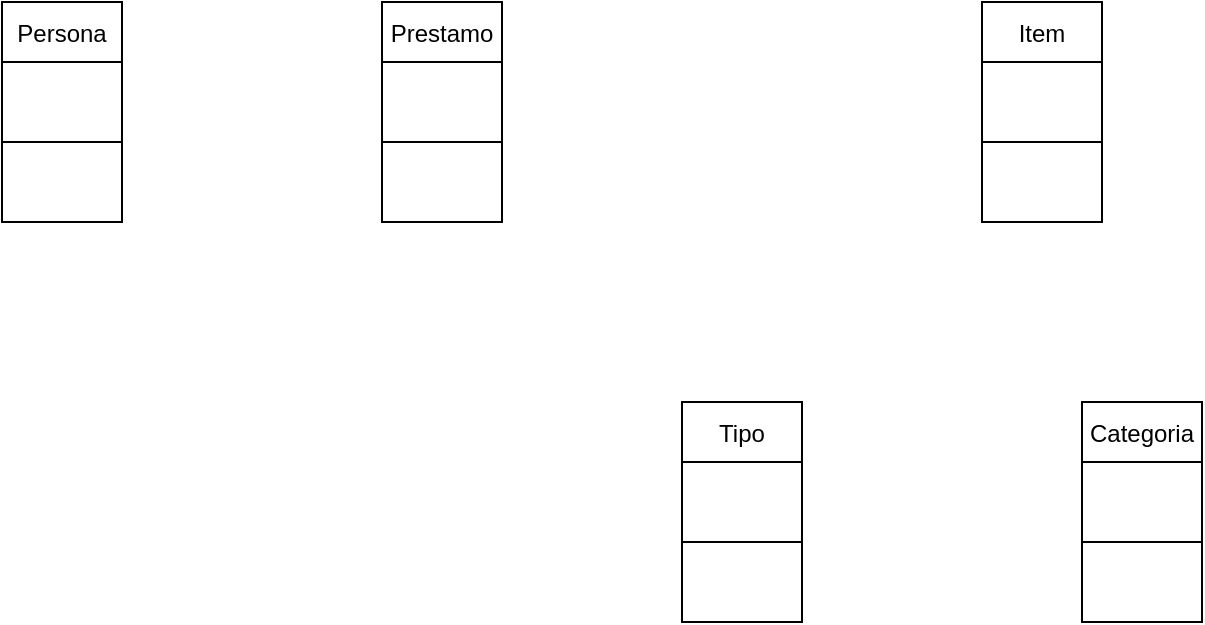
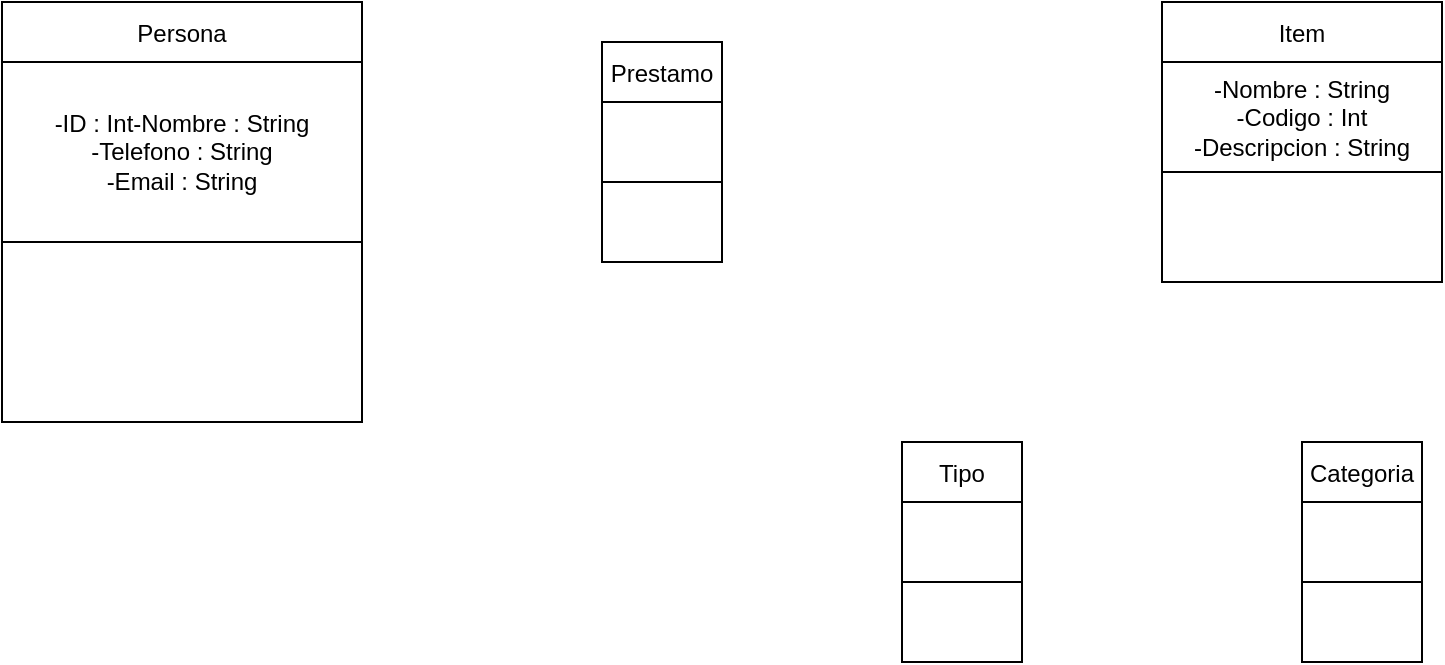
<mxfile host="app.diagrams.net">
  <diagram name="Página-1" id="gEKF-afSuJBGgSwqPxjD">
    <mxGraphModel dx="1224" dy="542" grid="1" gridSize="10" guides="1" tooltips="1" connect="1" arrows="1" fold="1" page="1" pageScale="1" pageWidth="827" pageHeight="1169" math="0" shadow="0">
      <root>
        <mxCell id="0" />
        <mxCell id="1" parent="0" />
        <mxCell id="4vyR8nRWui6VSePEdvpd-1" parent="1" style="shape=table;startSize=30;container=1;collapsible=0;childLayout=tableLayout;fixedHeader=1;" value="Item" vertex="1">
-           <mxGeometry height="110" width="60" x="680" y="60" as="geometry" />
+           <mxGeometry height="140" width="140" x="660" y="40" as="geometry" />
        </mxCell>
        <mxCell id="4vyR8nRWui6VSePEdvpd-2" parent="4vyR8nRWui6VSePEdvpd-1" style="shape=tableRow;horizontal=0;startSize=0;swimlaneHead=0;swimlaneBody=0;strokeColor=inherit;top=0;left=0;bottom=0;right=0;collapsible=0;dropTarget=0;fillColor=none;points=[[0,0.5],[1,0.5]];portConstraint=eastwest;fixedHeader=1;" value="" vertex="1">
-           <mxGeometry height="40" width="60" y="30" as="geometry" />
+           <mxGeometry height="55" width="140" y="30" as="geometry" />
        </mxCell>
-         <mxCell id="4vyR8nRWui6VSePEdvpd-3" parent="4vyR8nRWui6VSePEdvpd-2" style="shape=partialRectangle;html=1;whiteSpace=wrap;connectable=0;strokeColor=inherit;overflow=hidden;fillColor=none;top=0;left=0;bottom=0;right=0;pointerEvents=1;" value="" vertex="1">
-           <mxGeometry height="40" width="60" as="geometry">
-             <mxRectangle height="40" width="60" as="alternateBounds" />
+         <mxCell id="4vyR8nRWui6VSePEdvpd-3" parent="4vyR8nRWui6VSePEdvpd-2" style="shape=partialRectangle;html=1;whiteSpace=wrap;connectable=0;strokeColor=inherit;overflow=hidden;fillColor=none;top=0;left=0;bottom=0;right=0;pointerEvents=1;" value="-Nombre : String&lt;div&gt;-Codigo : Int&lt;/div&gt;&lt;div&gt;-Descripcion : String&lt;/div&gt;" vertex="1">
+           <mxGeometry height="55" width="140" as="geometry">
+             <mxRectangle height="55" width="140" as="alternateBounds" />
          </mxGeometry>
        </mxCell>
        <mxCell id="4vyR8nRWui6VSePEdvpd-4" parent="4vyR8nRWui6VSePEdvpd-1" style="shape=tableRow;horizontal=0;startSize=0;swimlaneHead=0;swimlaneBody=0;strokeColor=inherit;top=0;left=0;bottom=0;right=0;collapsible=0;dropTarget=0;fillColor=none;points=[[0,0.5],[1,0.5]];portConstraint=eastwest;fixedHeader=1;" value="" vertex="1">
-           <mxGeometry height="40" width="60" y="70" as="geometry" />
+           <mxGeometry height="55" width="140" y="85" as="geometry" />
        </mxCell>
        <mxCell id="4vyR8nRWui6VSePEdvpd-5" parent="4vyR8nRWui6VSePEdvpd-4" style="shape=partialRectangle;html=1;whiteSpace=wrap;connectable=0;strokeColor=inherit;overflow=hidden;fillColor=none;top=0;left=0;bottom=0;right=0;pointerEvents=1;" value="" vertex="1">
-           <mxGeometry height="40" width="60" as="geometry">
-             <mxRectangle height="40" width="60" as="alternateBounds" />
+           <mxGeometry height="55" width="140" as="geometry">
+             <mxRectangle height="55" width="140" as="alternateBounds" />
          </mxGeometry>
        </mxCell>
        <mxCell id="4vyR8nRWui6VSePEdvpd-6" parent="1" style="shape=table;startSize=30;container=1;collapsible=0;childLayout=tableLayout;fixedHeader=1;" value="Persona" vertex="1">
-           <mxGeometry height="110" width="60" x="190" y="60" as="geometry" />
+           <mxGeometry height="210" width="180" x="80" y="40" as="geometry" />
        </mxCell>
        <mxCell id="4vyR8nRWui6VSePEdvpd-7" parent="4vyR8nRWui6VSePEdvpd-6" style="shape=tableRow;horizontal=0;startSize=0;swimlaneHead=0;swimlaneBody=0;strokeColor=inherit;top=0;left=0;bottom=0;right=0;collapsible=0;dropTarget=0;fillColor=none;points=[[0,0.5],[1,0.5]];portConstraint=eastwest;fixedHeader=1;" value="" vertex="1">
-           <mxGeometry height="40" width="60" y="30" as="geometry" />
+           <mxGeometry height="90" width="180" y="30" as="geometry" />
        </mxCell>
-         <mxCell id="4vyR8nRWui6VSePEdvpd-8" parent="4vyR8nRWui6VSePEdvpd-7" style="shape=partialRectangle;html=1;whiteSpace=wrap;connectable=0;strokeColor=inherit;overflow=hidden;fillColor=none;top=0;left=0;bottom=0;right=0;pointerEvents=1;" value="" vertex="1">
-           <mxGeometry height="40" width="60" as="geometry">
-             <mxRectangle height="40" width="60" as="alternateBounds" />
+         <mxCell id="4vyR8nRWui6VSePEdvpd-8" parent="4vyR8nRWui6VSePEdvpd-7" style="shape=partialRectangle;html=1;whiteSpace=wrap;connectable=0;strokeColor=inherit;overflow=hidden;fillColor=none;top=0;left=0;bottom=0;right=0;pointerEvents=1;" value="-ID : Int-Nombre : String&lt;br&gt;-Telefono : String&lt;br&gt;-Email : String" vertex="1">
+           <mxGeometry height="90" width="180" as="geometry">
+             <mxRectangle height="90" width="180" as="alternateBounds" />
          </mxGeometry>
        </mxCell>
        <mxCell id="4vyR8nRWui6VSePEdvpd-9" parent="4vyR8nRWui6VSePEdvpd-6" style="shape=tableRow;horizontal=0;startSize=0;swimlaneHead=0;swimlaneBody=0;strokeColor=inherit;top=0;left=0;bottom=0;right=0;collapsible=0;dropTarget=0;fillColor=none;points=[[0,0.5],[1,0.5]];portConstraint=eastwest;fixedHeader=1;" value="" vertex="1">
-           <mxGeometry height="40" width="60" y="70" as="geometry" />
+           <mxGeometry height="90" width="180" y="120" as="geometry" />
        </mxCell>
        <mxCell id="4vyR8nRWui6VSePEdvpd-10" parent="4vyR8nRWui6VSePEdvpd-9" style="shape=partialRectangle;html=1;whiteSpace=wrap;connectable=0;strokeColor=inherit;overflow=hidden;fillColor=none;top=0;left=0;bottom=0;right=0;pointerEvents=1;" value="" vertex="1">
-           <mxGeometry height="40" width="60" as="geometry">
-             <mxRectangle height="40" width="60" as="alternateBounds" />
+           <mxGeometry height="90" width="180" as="geometry">
+             <mxRectangle height="90" width="180" as="alternateBounds" />
          </mxGeometry>
        </mxCell>
        <mxCell id="4vyR8nRWui6VSePEdvpd-11" parent="1" style="shape=table;startSize=30;container=1;collapsible=0;childLayout=tableLayout;fixedHeader=1;" value="Tipo" vertex="1">
          <mxGeometry height="110" width="60" x="530" y="260" as="geometry" />
        </mxCell>
        <mxCell id="4vyR8nRWui6VSePEdvpd-12" parent="4vyR8nRWui6VSePEdvpd-11" style="shape=tableRow;horizontal=0;startSize=0;swimlaneHead=0;swimlaneBody=0;strokeColor=inherit;top=0;left=0;bottom=0;right=0;collapsible=0;dropTarget=0;fillColor=none;points=[[0,0.5],[1,0.5]];portConstraint=eastwest;fixedHeader=1;" value="" vertex="1">
          <mxGeometry height="40" width="60" y="30" as="geometry" />
        </mxCell>
        <mxCell id="4vyR8nRWui6VSePEdvpd-13" parent="4vyR8nRWui6VSePEdvpd-12" style="shape=partialRectangle;html=1;whiteSpace=wrap;connectable=0;strokeColor=inherit;overflow=hidden;fillColor=none;top=0;left=0;bottom=0;right=0;pointerEvents=1;" value="" vertex="1">
          <mxGeometry height="40" width="60" as="geometry">
            <mxRectangle height="40" width="60" as="alternateBounds" />
          </mxGeometry>
        </mxCell>
        <mxCell id="4vyR8nRWui6VSePEdvpd-14" parent="4vyR8nRWui6VSePEdvpd-11" style="shape=tableRow;horizontal=0;startSize=0;swimlaneHead=0;swimlaneBody=0;strokeColor=inherit;top=0;left=0;bottom=0;right=0;collapsible=0;dropTarget=0;fillColor=none;points=[[0,0.5],[1,0.5]];portConstraint=eastwest;fixedHeader=1;" value="" vertex="1">
          <mxGeometry height="40" width="60" y="70" as="geometry" />
        </mxCell>
        <mxCell id="4vyR8nRWui6VSePEdvpd-15" parent="4vyR8nRWui6VSePEdvpd-14" style="shape=partialRectangle;html=1;whiteSpace=wrap;connectable=0;strokeColor=inherit;overflow=hidden;fillColor=none;top=0;left=0;bottom=0;right=0;pointerEvents=1;" value="" vertex="1">
          <mxGeometry height="40" width="60" as="geometry">
            <mxRectangle height="40" width="60" as="alternateBounds" />
          </mxGeometry>
        </mxCell>
        <mxCell id="4vyR8nRWui6VSePEdvpd-16" parent="1" style="shape=table;startSize=30;container=1;collapsible=0;childLayout=tableLayout;fixedHeader=1;" value="Categoria" vertex="1">
          <mxGeometry height="110" width="60" x="730" y="260" as="geometry" />
        </mxCell>
        <mxCell id="4vyR8nRWui6VSePEdvpd-17" parent="4vyR8nRWui6VSePEdvpd-16" style="shape=tableRow;horizontal=0;startSize=0;swimlaneHead=0;swimlaneBody=0;strokeColor=inherit;top=0;left=0;bottom=0;right=0;collapsible=0;dropTarget=0;fillColor=none;points=[[0,0.5],[1,0.5]];portConstraint=eastwest;fixedHeader=1;" value="" vertex="1">
          <mxGeometry height="40" width="60" y="30" as="geometry" />
        </mxCell>
        <mxCell id="4vyR8nRWui6VSePEdvpd-18" parent="4vyR8nRWui6VSePEdvpd-17" style="shape=partialRectangle;html=1;whiteSpace=wrap;connectable=0;strokeColor=inherit;overflow=hidden;fillColor=none;top=0;left=0;bottom=0;right=0;pointerEvents=1;" value="" vertex="1">
          <mxGeometry height="40" width="60" as="geometry">
            <mxRectangle height="40" width="60" as="alternateBounds" />
          </mxGeometry>
        </mxCell>
        <mxCell id="4vyR8nRWui6VSePEdvpd-19" parent="4vyR8nRWui6VSePEdvpd-16" style="shape=tableRow;horizontal=0;startSize=0;swimlaneHead=0;swimlaneBody=0;strokeColor=inherit;top=0;left=0;bottom=0;right=0;collapsible=0;dropTarget=0;fillColor=none;points=[[0,0.5],[1,0.5]];portConstraint=eastwest;fixedHeader=1;" value="" vertex="1">
          <mxGeometry height="40" width="60" y="70" as="geometry" />
        </mxCell>
        <mxCell id="4vyR8nRWui6VSePEdvpd-20" parent="4vyR8nRWui6VSePEdvpd-19" style="shape=partialRectangle;html=1;whiteSpace=wrap;connectable=0;strokeColor=inherit;overflow=hidden;fillColor=none;top=0;left=0;bottom=0;right=0;pointerEvents=1;" value="" vertex="1">
          <mxGeometry height="40" width="60" as="geometry">
            <mxRectangle height="40" width="60" as="alternateBounds" />
          </mxGeometry>
        </mxCell>
        <mxCell id="4vyR8nRWui6VSePEdvpd-21" parent="1" style="shape=table;startSize=30;container=1;collapsible=0;childLayout=tableLayout;fixedHeader=1;" value="Prestamo" vertex="1">
          <mxGeometry height="110" width="60" x="380" y="60" as="geometry" />
        </mxCell>
        <mxCell id="4vyR8nRWui6VSePEdvpd-22" parent="4vyR8nRWui6VSePEdvpd-21" style="shape=tableRow;horizontal=0;startSize=0;swimlaneHead=0;swimlaneBody=0;strokeColor=inherit;top=0;left=0;bottom=0;right=0;collapsible=0;dropTarget=0;fillColor=none;points=[[0,0.5],[1,0.5]];portConstraint=eastwest;fixedHeader=1;" value="" vertex="1">
          <mxGeometry height="40" width="60" y="30" as="geometry" />
        </mxCell>
        <mxCell id="4vyR8nRWui6VSePEdvpd-23" parent="4vyR8nRWui6VSePEdvpd-22" style="shape=partialRectangle;html=1;whiteSpace=wrap;connectable=0;strokeColor=inherit;overflow=hidden;fillColor=none;top=0;left=0;bottom=0;right=0;pointerEvents=1;" value="" vertex="1">
          <mxGeometry height="40" width="60" as="geometry">
            <mxRectangle height="40" width="60" as="alternateBounds" />
          </mxGeometry>
        </mxCell>
        <mxCell id="4vyR8nRWui6VSePEdvpd-24" parent="4vyR8nRWui6VSePEdvpd-21" style="shape=tableRow;horizontal=0;startSize=0;swimlaneHead=0;swimlaneBody=0;strokeColor=inherit;top=0;left=0;bottom=0;right=0;collapsible=0;dropTarget=0;fillColor=none;points=[[0,0.5],[1,0.5]];portConstraint=eastwest;fixedHeader=1;" value="" vertex="1">
          <mxGeometry height="40" width="60" y="70" as="geometry" />
        </mxCell>
        <mxCell id="4vyR8nRWui6VSePEdvpd-25" parent="4vyR8nRWui6VSePEdvpd-24" style="shape=partialRectangle;html=1;whiteSpace=wrap;connectable=0;strokeColor=inherit;overflow=hidden;fillColor=none;top=0;left=0;bottom=0;right=0;pointerEvents=1;" value="" vertex="1">
          <mxGeometry height="40" width="60" as="geometry">
            <mxRectangle height="40" width="60" as="alternateBounds" />
          </mxGeometry>
        </mxCell>
      </root>
    </mxGraphModel>
  </diagram>
</mxfile>
